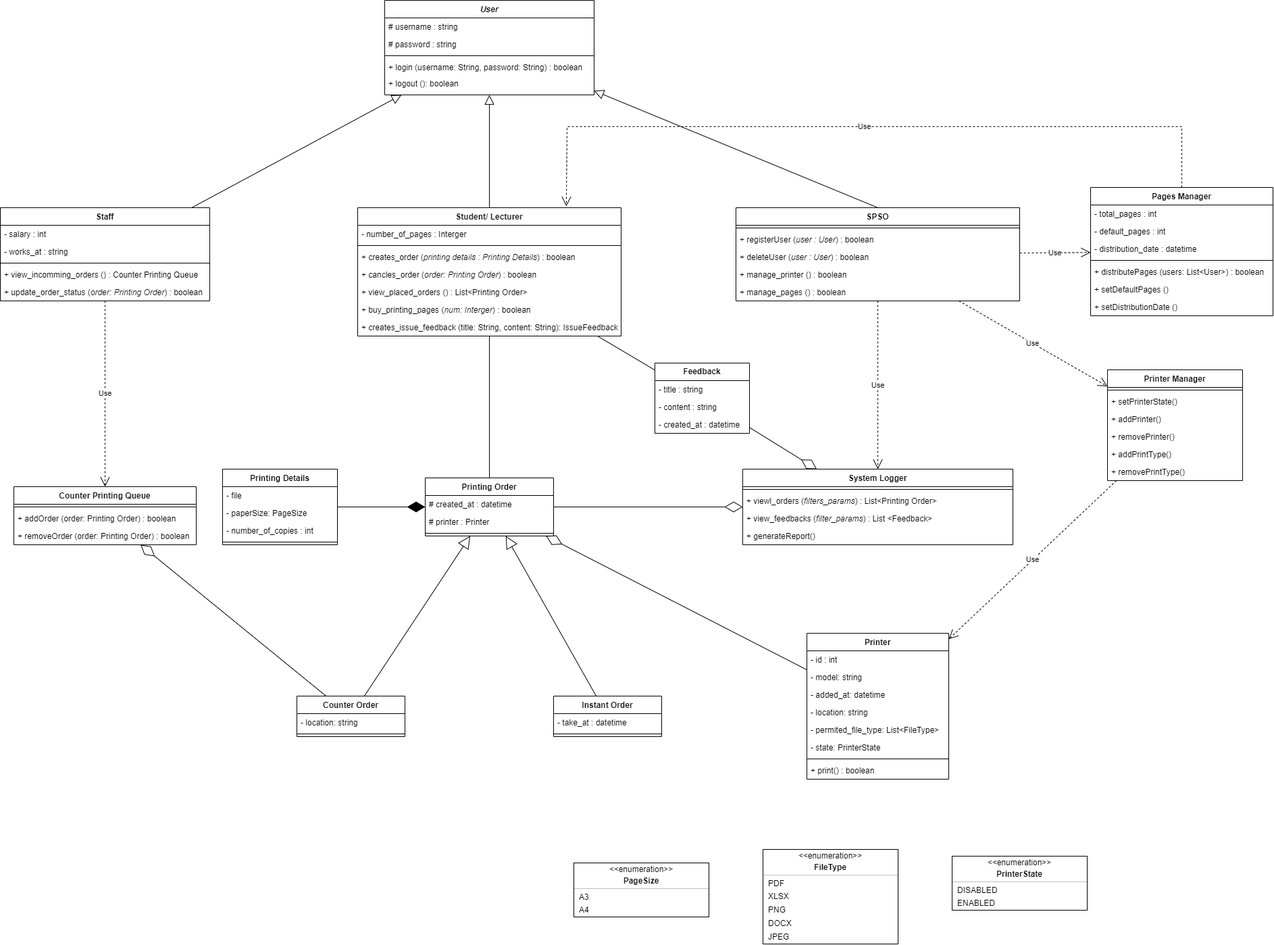
blueonline07/auth-demo keeps this draw.io diagram as spss-class-diagram.drawio.png. Above is the earlier version. Source tidied: cells renumbered, new cells last; positions are measured from the earlier drawing's top-left corner, leaving out a move shared by most shapes.
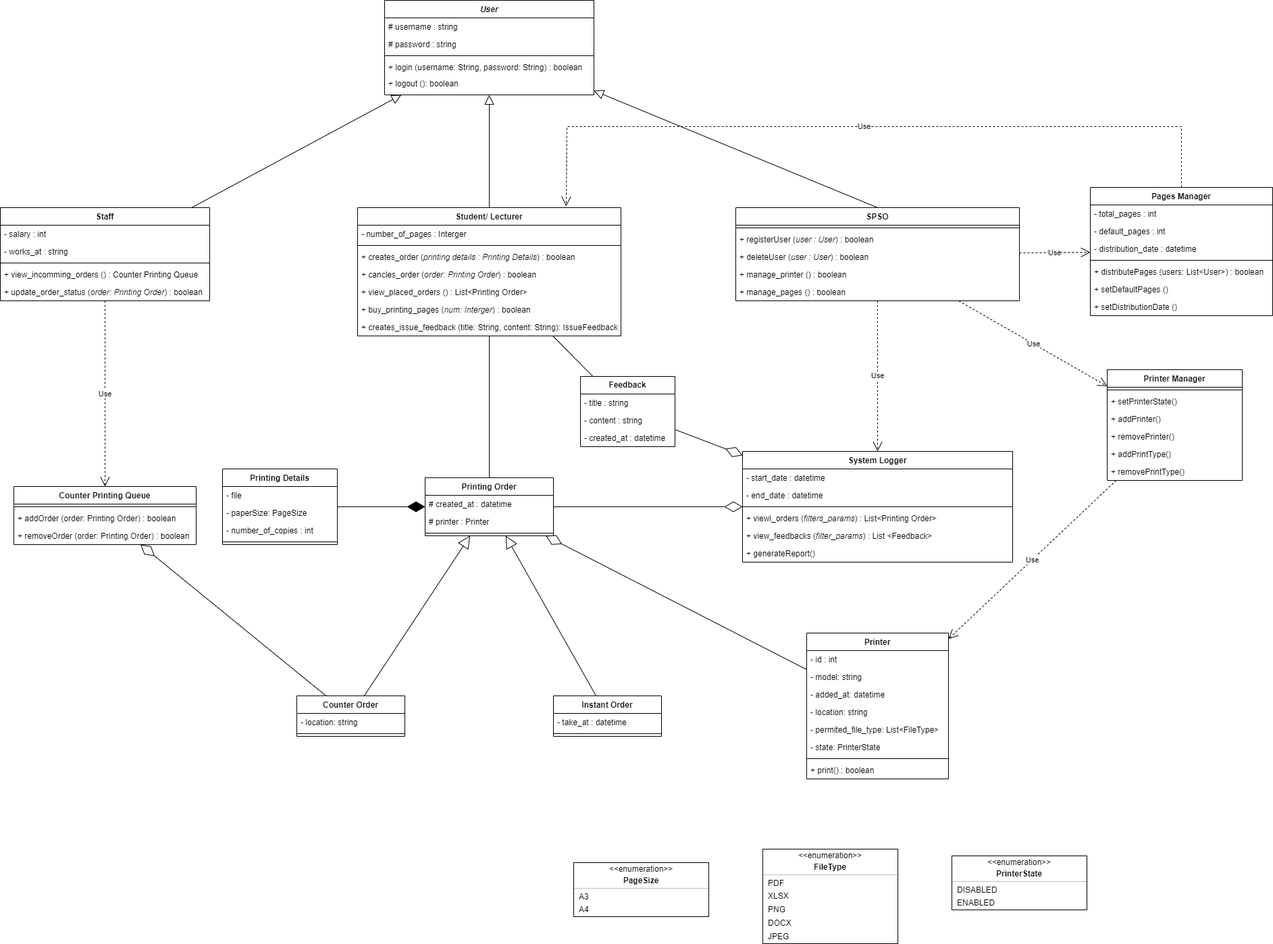
Later version of the same file.

Commit message:
Cập nhật spss-class-diagram.drawio.png

What changed in the source:
```diff
@@ -132,19 +132,25 @@
       <mxGeometry y="60" width="270" height="26" as="geometry" />
     </mxCell>
     <mxCell id="45" value="System Logger" style="swimlane;fontStyle=1;align=center;verticalAlign=top;horizontal=1;startSize=26;whiteSpace=wrap;html=1;" parent="1" vertex="1">
-      <mxGeometry x="1099" y="694" width="400" height="112" as="geometry" />
+      <mxGeometry x="1099" y="668" width="400" height="164" as="geometry" />
     </mxCell>
+    <mxCell id="119" value="- start_date : datetime" style="text;strokeColor=none;fillColor=none;align=left;verticalAlign=top;spacingLeft=4;spacingRight=4;overflow=hidden;whiteSpace=wrap;html=1;" parent="45" vertex="1">
+      <mxGeometry y="26" width="400" height="26" as="geometry" />
+    </mxCell>
+    <mxCell id="120" value="- end_date : datetime" style="text;strokeColor=none;fillColor=none;align=left;verticalAlign=top;spacingLeft=4;spacingRight=4;overflow=hidden;whiteSpace=wrap;html=1;" parent="45" vertex="1">
+      <mxGeometry y="52" width="400" height="26" as="geometry" />
+    </mxCell>
     <mxCell id="46" style="line;strokeWidth=1;fillColor=none;align=left;verticalAlign=middle;spacingTop=-1;spacingLeft=3;spacingRight=3;labelPosition=right;strokeColor=inherit;" parent="45" vertex="1">
-      <mxGeometry y="26" width="400" height="8" as="geometry" />
+      <mxGeometry y="78" width="400" height="8" as="geometry" />
     </mxCell>
     <mxCell id="47" value="+ viewl_orders (&lt;i&gt;filters_params&lt;/i&gt;) : List&amp;lt;Printing Order&amp;gt;" style="text;strokeColor=none;fillColor=none;align=left;verticalAlign=top;spacingLeft=4;spacingRight=4;overflow=hidden;whiteSpace=wrap;html=1;" parent="45" vertex="1">
-      <mxGeometry y="34" width="400" height="26" as="geometry" />
+      <mxGeometry y="86" width="400" height="26" as="geometry" />
     </mxCell>
     <mxCell id="48" value="+ view_feedbacks (&lt;i&gt;filter_params&lt;/i&gt;) : List &amp;lt;Feedback&amp;gt;" style="text;strokeColor=none;fillColor=none;align=left;verticalAlign=top;spacingLeft=4;spacingRight=4;overflow=hidden;whiteSpace=wrap;html=1;" parent="45" vertex="1">
-      <mxGeometry y="60" width="400" height="26" as="geometry" />
+      <mxGeometry y="112" width="400" height="26" as="geometry" />
     </mxCell>
     <mxCell id="49" value="+ generateReport()" style="text;strokeColor=none;fillColor=none;align=left;verticalAlign=top;spacingLeft=4;spacingRight=4;overflow=hidden;whiteSpace=wrap;html=1;" parent="45" vertex="1">
-      <mxGeometry y="86" width="400" height="26" as="geometry" />
+      <mxGeometry y="138" width="400" height="26" as="geometry" />
     </mxCell>
     <mxCell id="50" style="fontStyle=1;align=center;verticalAlign=middle;horizontal=1;" parent="1" vertex="1">
       <mxGeometry x="1129" y="1257" width="200" height="140" as="geometry" />
@@ -312,7 +318,7 @@
       <mxGeometry relative="1" as="geometry" />
     </mxCell>
     <mxCell id="105" value="&lt;b&gt;Feedback&lt;/b&gt;" style="swimlane;fontStyle=0;horizontal=1;startSize=26;fillColor=none;whiteSpace=wrap;html=1;" parent="1" vertex="1">
-      <mxGeometry x="969" y="537" width="140" height="104" as="geometry" />
+      <mxGeometry x="859" y="557" width="140" height="104" as="geometry" />
     </mxCell>
     <mxCell id="106" value="- title : string" style="text;strokeColor=none;fillColor=none;align=left;verticalAlign=top;spacingLeft=4;spacingRight=4;overflow=hidden;whiteSpace=wrap;html=1;" parent="105" vertex="1">
       <mxGeometry y="26" width="140" height="26" as="geometry" />
```
